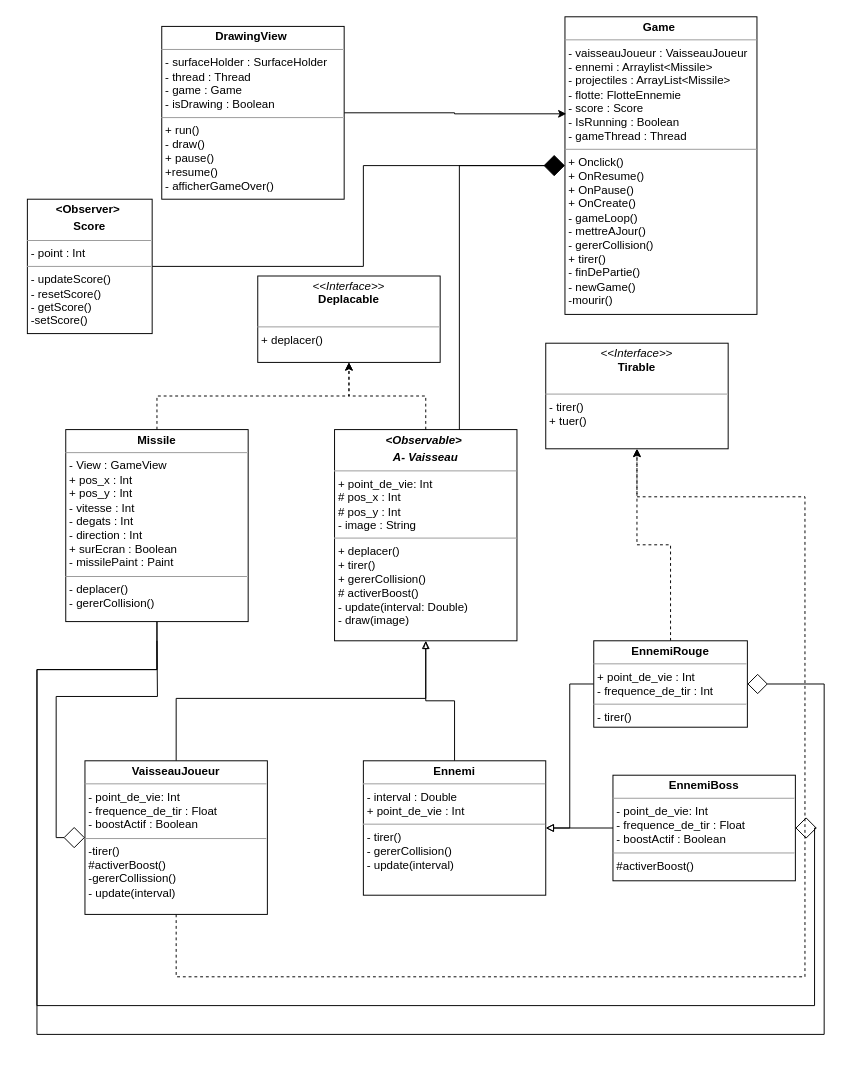
lwath125/INFO-H2001 keeps this draw.io diagram as Diagramme sans nom.drawio. Above is the earlier version. Source tidied: cells renumbered, new cells numbered last; positions are measured from the earlier drawing's top-left corner, leaving out a move shared by most shapes. Both pictures are drawn from the tidied source at 96%, with x=0, y=0 at pixel (27, 16).
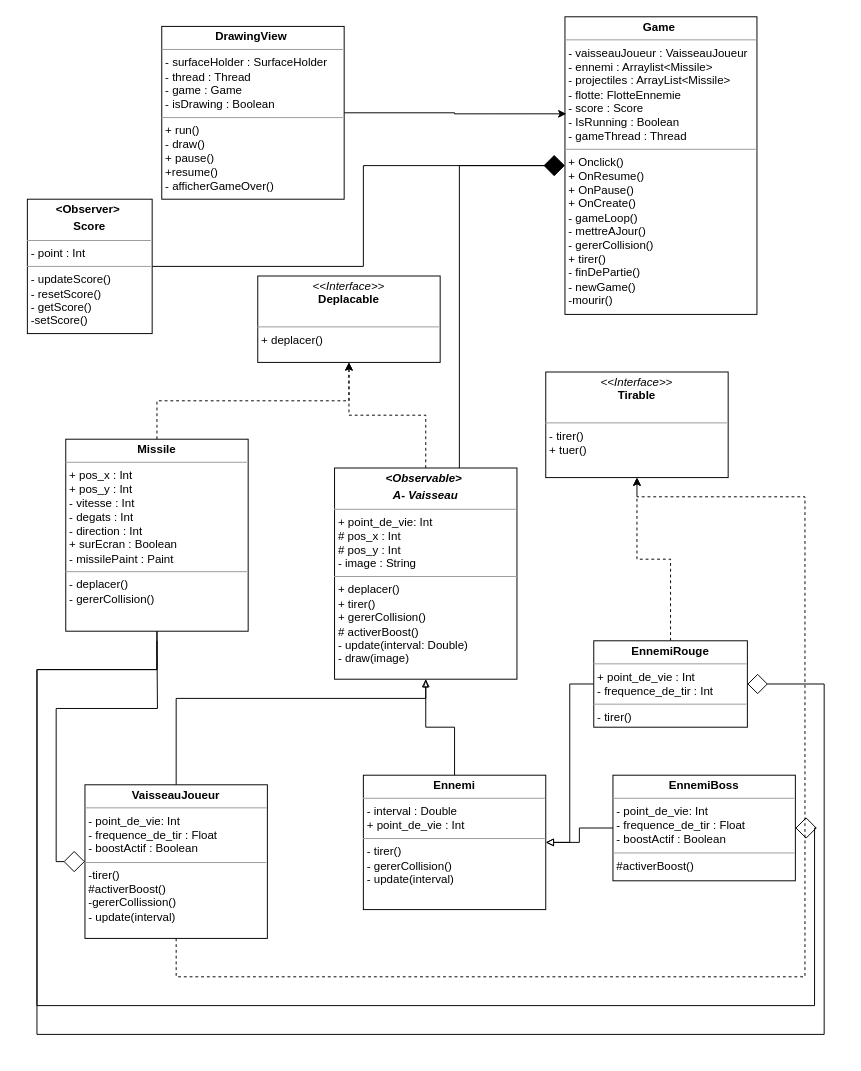
The same page after the edit.

Commit message:
Mettre à jour Diagramme sans nom.drawio

What changed in the source:
```diff
@@
     <mxCell id="3" value="&lt;p style=&quot;margin:0px;margin-top:4px;text-align:center;&quot;&gt;&lt;b&gt;Ennemi&lt;/b&gt;&lt;/p&gt;&lt;hr size=&quot;1&quot;&gt;&lt;p style=&quot;margin:0px;margin-left:4px;&quot;&gt;- interval : Double&lt;/p&gt;&lt;p style=&quot;margin:0px;margin-left:4px;&quot;&gt;+ point_de_vie : Int&lt;/p&gt;&lt;hr size=&quot;1&quot;&gt;&lt;p style=&quot;margin:0px;margin-left:4px;&quot;&gt;&lt;span style=&quot;background-color: transparent; color: light-dark(rgb(0, 0, 0), rgb(255, 255, 255));&quot;&gt;- tirer()&lt;/span&gt;&lt;/p&gt;&lt;p style=&quot;margin:0px;margin-left:4px;&quot;&gt;&lt;span style=&quot;background-color: transparent; color: light-dark(rgb(0, 0, 0), rgb(255, 255, 255));&quot;&gt;- gererCollision()&lt;/span&gt;&lt;/p&gt;&lt;p style=&quot;margin:0px;margin-left:4px;&quot;&gt;&lt;span style=&quot;background-color: transparent; color: light-dark(rgb(0, 0, 0), rgb(255, 255, 255));&quot;&gt;- update(interval)&lt;/span&gt;&lt;/p&gt;" style="verticalAlign=top;align=left;overflow=fill;fontSize=12;fontFamily=Helvetica;html=1;rounded=0;shadow=0;comic=0;labelBackgroundColor=none;strokeWidth=1;" parent="1" vertex="1">
-      <mxGeometry x="350" y="775" width="190" height="140" as="geometry" />
+      <mxGeometry x="350" y="790" width="190" height="140" as="geometry" />
     </mxCell>
@@
     <mxCell id="6" value="&lt;p style=&quot;margin:0px;margin-top:4px;text-align:center;&quot;&gt;&lt;b&gt;&lt;i&gt;&amp;lt;Observable&amp;gt;&amp;nbsp;&lt;/i&gt;&lt;/b&gt;&lt;/p&gt;&lt;p style=&quot;margin:0px;margin-top:4px;text-align:center;&quot;&gt;&lt;b style=&quot;background-color: transparent; color: light-dark(rgb(0, 0, 0), rgb(255, 255, 255));&quot;&gt;&lt;i&gt;A- Vaisseau&lt;/i&gt;&lt;/b&gt;&lt;/p&gt;&lt;hr size=&quot;1&quot;&gt;&lt;p style=&quot;margin:0px;margin-left:4px;&quot;&gt;+ point_de_vie: Int&lt;/p&gt;&lt;p style=&quot;margin:0px;margin-left:4px;&quot;&gt;# pos_x : Int&lt;/p&gt;&lt;p style=&quot;margin:0px;margin-left:4px;&quot;&gt;# pos_y : Int&lt;/p&gt;&lt;p style=&quot;margin:0px;margin-left:4px;&quot;&gt;- image : String&lt;/p&gt;&lt;hr size=&quot;1&quot;&gt;&lt;p style=&quot;margin:0px;margin-left:4px;&quot;&gt;+ deplacer()&lt;/p&gt;&lt;p style=&quot;margin:0px;margin-left:4px;&quot;&gt;+ tirer()&lt;/p&gt;&lt;p style=&quot;margin:0px;margin-left:4px;&quot;&gt;&lt;span style=&quot;background-color: transparent; color: light-dark(rgb(0, 0, 0), rgb(255, 255, 255));&quot;&gt;+ gererCollision()&lt;/span&gt;&lt;/p&gt;&lt;p style=&quot;margin:0px;margin-left:4px;&quot;&gt;# activerBoost()&lt;/p&gt;&lt;p style=&quot;margin:0px;margin-left:4px;&quot;&gt;- update(interval: Double)&lt;/p&gt;&lt;p style=&quot;margin:0px;margin-left:4px;&quot;&gt;- draw(image)&lt;/p&gt;&lt;p style=&quot;margin:0px;margin-left:4px;&quot;&gt;&lt;br&gt;&lt;/p&gt;" style="verticalAlign=top;align=left;overflow=fill;fontSize=12;fontFamily=Helvetica;html=1;rounded=0;shadow=0;comic=0;labelBackgroundColor=none;strokeWidth=1;" parent="1" vertex="1">
-      <mxGeometry x="320" y="430" width="190" height="220" as="geometry" />
+      <mxGeometry x="320" y="470" width="190" height="220" as="geometry" />
     </mxCell>
@@
     <mxCell id="9" value="&lt;p style=&quot;margin:0px;margin-top:4px;text-align:center;&quot;&gt;&lt;b&gt;VaisseauJoueur&lt;/b&gt;&lt;/p&gt;&lt;hr size=&quot;1&quot;&gt;&lt;p style=&quot;margin:0px;margin-left:4px;&quot;&gt;- point_de_vie: Int&lt;br&gt;&lt;/p&gt;&lt;p style=&quot;margin:0px;margin-left:4px;&quot;&gt;- frequence_de_tir : Float&lt;/p&gt;&lt;p style=&quot;margin:0px;margin-left:4px;&quot;&gt;- boostActif : Boolean&lt;/p&gt;&lt;hr size=&quot;1&quot;&gt;&lt;p style=&quot;margin:0px;margin-left:4px;&quot;&gt;-tirer()&lt;/p&gt;&lt;p style=&quot;margin:0px;margin-left:4px;&quot;&gt;#activerBoost()&lt;/p&gt;&lt;p style=&quot;margin:0px;margin-left:4px;&quot;&gt;-gererCollission()&lt;/p&gt;&lt;p style=&quot;margin:0px;margin-left:4px;&quot;&gt;- update(interval)&lt;/p&gt;&lt;p style=&quot;margin:0px;margin-left:4px;&quot;&gt;&lt;br&gt;&lt;/p&gt;" style="verticalAlign=top;align=left;overflow=fill;fontSize=12;fontFamily=Helvetica;html=1;rounded=0;shadow=0;comic=0;labelBackgroundColor=none;strokeWidth=1;" parent="1" vertex="1">
-      <mxGeometry x="60" y="775" width="190" height="160" as="geometry" />
+      <mxGeometry x="60" y="800" width="190" height="160" as="geometry" />
     </mxCell>
     <mxCell id="10" value="&lt;p style=&quot;margin:0px;margin-top:4px;text-align:center;&quot;&gt;&lt;i&gt;&amp;lt;&amp;lt;Interface&amp;gt;&amp;gt;&lt;/i&gt;&lt;br&gt;&lt;b&gt;Tirable&lt;/b&gt;&lt;/p&gt;&lt;p style=&quot;margin:0px;margin-left:4px;&quot;&gt;&lt;br&gt;&lt;/p&gt;&lt;hr size=&quot;1&quot;&gt;&lt;p style=&quot;margin:0px;margin-left:4px;&quot;&gt;- tirer()&lt;br&gt;+ tuer()&lt;/p&gt;" style="verticalAlign=top;align=left;overflow=fill;fontSize=12;fontFamily=Helvetica;html=1;rounded=0;shadow=0;comic=0;labelBackgroundColor=none;strokeWidth=1;" parent="1" vertex="1">
-      <mxGeometry x="540" y="340" width="190" height="110" as="geometry" />
+      <mxGeometry x="540" y="370" width="190" height="110" as="geometry" />
     </mxCell>
@@
-    <mxCell id="17" value="&lt;p style=&quot;margin:0px;margin-top:4px;text-align:center;&quot;&gt;&lt;b&gt;Missile&lt;/b&gt;&lt;/p&gt;&lt;hr size=&quot;1&quot;&gt;&lt;p style=&quot;margin:0px;margin-left:4px;&quot;&gt;- View : GameView&lt;/p&gt;&lt;p style=&quot;margin:0px;margin-left:4px;&quot;&gt;+ pos_x : Int&lt;br&gt;&lt;/p&gt;&lt;p style=&quot;margin:0px;margin-left:4px;&quot;&gt;+ pos_y : Int&lt;/p&gt;&lt;p style=&quot;margin:0px;margin-left:4px;&quot;&gt;- vitesse : Int&lt;/p&gt;&lt;p style=&quot;margin:0px;margin-left:4px;&quot;&gt;- degats : Int&lt;/p&gt;&lt;p style=&quot;margin:0px;margin-left:4px;&quot;&gt;- direction : Int&lt;/p&gt;&lt;p style=&quot;margin:0px;margin-left:4px;&quot;&gt;&lt;span style=&quot;background-color: transparent; color: light-dark(rgb(0, 0, 0), rgb(255, 255, 255));&quot;&gt;+ surEcran : Boolean&lt;/span&gt;&lt;/p&gt;&lt;p style=&quot;margin:0px;margin-left:4px;&quot;&gt;- missilePaint : Paint&lt;/p&gt;&lt;hr size=&quot;1&quot;&gt;&lt;p style=&quot;margin:0px;margin-left:4px;&quot;&gt;- deplacer()&lt;/p&gt;&lt;p style=&quot;margin:0px;margin-left:4px;&quot;&gt;- gererCollision()&lt;/p&gt;&lt;p style=&quot;margin:0px;margin-left:4px;&quot;&gt;&lt;br&gt;&lt;/p&gt;&lt;p style=&quot;margin:0px;margin-left:4px;&quot;&gt;&lt;br&gt;&lt;/p&gt;&lt;p style=&quot;margin:0px;margin-left:4px;&quot;&gt;&lt;br&gt;&lt;/p&gt;&lt;p style=&quot;margin:0px;margin-left:4px;&quot;&gt;&lt;br&gt;&lt;/p&gt;" style="verticalAlign=top;align=left;overflow=fill;fontSize=12;fontFamily=Helvetica;html=1;rounded=0;shadow=0;comic=0;labelBackgroundColor=none;strokeWidth=1;" parent="1" vertex="1">
-      <mxGeometry x="40" y="430" width="190" height="200" as="geometry" />
+    <mxCell id="17" value="&lt;p style=&quot;margin:0px;margin-top:4px;text-align:center;&quot;&gt;&lt;b&gt;Missile&lt;/b&gt;&lt;/p&gt;&lt;hr size=&quot;1&quot;&gt;&lt;p style=&quot;margin:0px;margin-left:4px;&quot;&gt;&lt;span style=&quot;background-color: transparent; color: light-dark(rgb(0, 0, 0), rgb(255, 255, 255));&quot;&gt;+ pos_x : Int&lt;/span&gt;&lt;/p&gt;&lt;p style=&quot;margin:0px;margin-left:4px;&quot;&gt;+ pos_y : Int&lt;/p&gt;&lt;p style=&quot;margin:0px;margin-left:4px;&quot;&gt;- vitesse : Int&lt;/p&gt;&lt;p style=&quot;margin:0px;margin-left:4px;&quot;&gt;- degats : Int&lt;/p&gt;&lt;p style=&quot;margin:0px;margin-left:4px;&quot;&gt;- direction : Int&lt;/p&gt;&lt;p style=&quot;margin:0px;margin-left:4px;&quot;&gt;&lt;span style=&quot;background-color: transparent; color: light-dark(rgb(0, 0, 0), rgb(255, 255, 255));&quot;&gt;+ surEcran : Boolean&lt;/span&gt;&lt;/p&gt;&lt;p style=&quot;margin:0px;margin-left:4px;&quot;&gt;- missilePaint : Paint&lt;/p&gt;&lt;hr size=&quot;1&quot;&gt;&lt;p style=&quot;margin:0px;margin-left:4px;&quot;&gt;- deplacer()&lt;/p&gt;&lt;p style=&quot;margin:0px;margin-left:4px;&quot;&gt;- gererCollision()&lt;/p&gt;&lt;p style=&quot;margin:0px;margin-left:4px;&quot;&gt;&lt;br&gt;&lt;/p&gt;&lt;p style=&quot;margin:0px;margin-left:4px;&quot;&gt;&lt;br&gt;&lt;/p&gt;&lt;p style=&quot;margin:0px;margin-left:4px;&quot;&gt;&lt;br&gt;&lt;/p&gt;&lt;p style=&quot;margin:0px;margin-left:4px;&quot;&gt;&lt;br&gt;&lt;/p&gt;" style="verticalAlign=top;align=left;overflow=fill;fontSize=12;fontFamily=Helvetica;html=1;rounded=0;shadow=0;comic=0;labelBackgroundColor=none;strokeWidth=1;" parent="1" vertex="1">
+      <mxGeometry x="40" y="440" width="190" height="200" as="geometry" />
     </mxCell>
```
